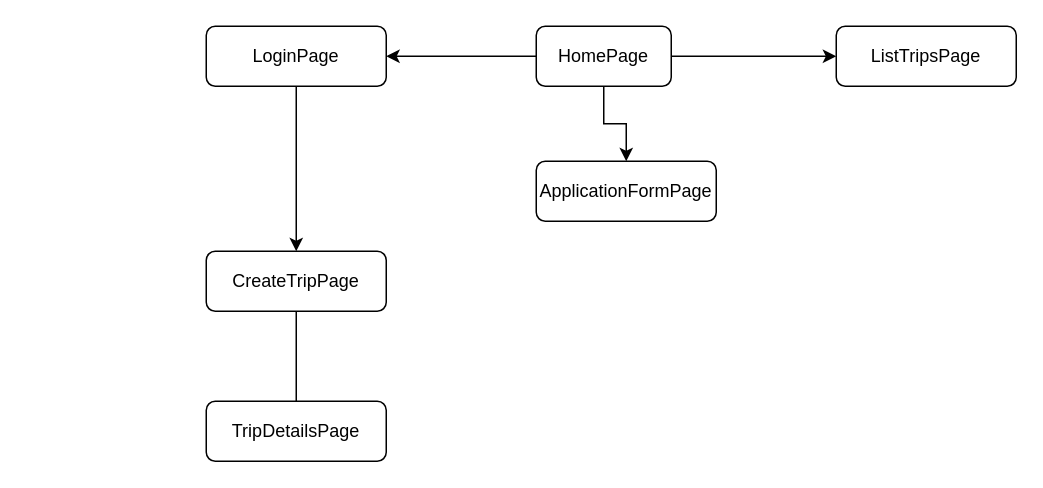
Earlier version of the draw.io diagram semana10/Projeto/fluxograma.drawio (future4code/Thiago-Brito). Source tidied: cells renumbered, new cells numbered last; positions are measured from the earlier drawing's top-left corner, leaving out a move shared by most shapes. Both pictures are drawn from the tidied source at 150%, with x=0, y=0 at pixel (206, 26).
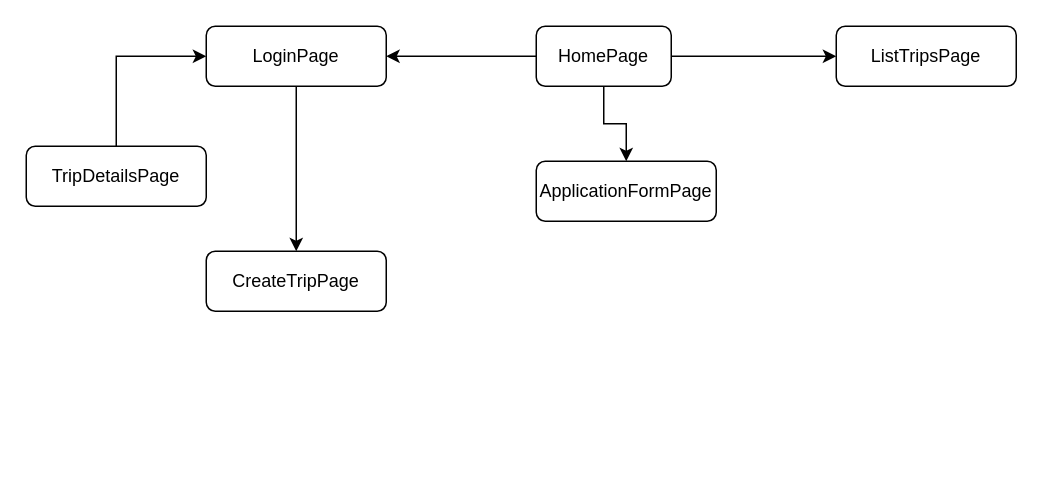
The same diagram, later.

Commit message:
mudança wireframe

The edit, as a diff of the source:
```diff
@@
 <mxGraphModel>
   <root>
     <mxCell id="0" />
     <mxCell id="1" parent="0" />
     <mxCell id="2" style="edgeStyle=orthogonalEdgeStyle;rounded=0;jettySize=auto;html=1;" parent="1" edge="1" source="5" target="6">
       <mxGeometry relative="1" as="geometry" />
     </mxCell>
     <mxCell id="3" style="edgeStyle=orthogonalEdgeStyle;rounded=0;jettySize=auto;html=1;" parent="1" edge="1" source="5" target="12">
       <mxGeometry relative="1" as="geometry" />
     </mxCell>
     <mxCell id="4" style="edgeStyle=orthogonalEdgeStyle;rounded=0;jettySize=auto;html=1;entryX=0;entryY=0.5;entryDx=0;entryDy=0;" parent="1" edge="1" source="5" target="9">
       <mxGeometry relative="1" as="geometry" />
     </mxCell>
     <mxCell id="5" value="HomePage" style="rounded=1;whiteSpace=wrap;html=1;fontSize=12;glass=0;strokeWidth=1;shadow=0;" parent="1" vertex="1">
       <mxGeometry x="220" width="90" height="40" as="geometry" />
     </mxCell>
     <mxCell id="6" value="ApplicationFormPage" style="rounded=1;whiteSpace=wrap;html=1;fontSize=12;glass=0;strokeWidth=1;shadow=0;" parent="1" vertex="1">
       <mxGeometry x="220" y="90" width="120" height="40" as="geometry" />
     </mxCell>
-    <mxCell id="7" style="edgeStyle=orthogonalEdgeStyle;rounded=0;jettySize=auto;html=1;" parent="1" edge="1" source="8">
-      <mxGeometry relative="1" as="geometry">
-        <mxPoint x="60" y="260" as="targetPoint" />
-        <Array as="points">
-          <mxPoint x="60" y="250" />
-        </Array>
-      </mxGeometry>
-    </mxCell>
     <mxCell id="8" value="CreateTripPage" style="rounded=1;whiteSpace=wrap;html=1;fontSize=12;glass=0;strokeWidth=1;shadow=0;" parent="1" vertex="1">
       <mxGeometry y="150" width="120" height="40" as="geometry" />
     </mxCell>
     <mxCell id="9" value="ListTripsPage" style="rounded=1;whiteSpace=wrap;html=1;fontSize=12;glass=0;strokeWidth=1;shadow=0;" parent="1" vertex="1">
       <mxGeometry x="420" width="120" height="40" as="geometry" />
     </mxCell>
+    <mxCell id="13" style="edgeStyle=orthogonalEdgeStyle;rounded=0;jettySize=auto;html=1;entryX=0;entryY=0.5;entryDx=0;entryDy=0;" parent="1" edge="1" source="10" target="12">
+      <mxGeometry relative="1" as="geometry" />
+    </mxCell>
     <mxCell id="10" value="TripDetailsPage" style="rounded=1;whiteSpace=wrap;html=1;" parent="1" vertex="1">
-      <mxGeometry y="250" width="120" height="40" as="geometry" />
+      <mxGeometry x="-120" y="80" width="120" height="40" as="geometry" />
     </mxCell>
     <mxCell id="11" style="edgeStyle=orthogonalEdgeStyle;rounded=0;jettySize=auto;html=1;" parent="1" edge="1" source="12">
       <mxGeometry relative="1" as="geometry">
         <mxPoint x="60" y="150" as="targetPoint" />
       </mxGeometry>
     </mxCell>
     <mxCell id="12" value="LoginPage" style="rounded=1;whiteSpace=wrap;html=1;fontSize=12;glass=0;strokeWidth=1;shadow=0;" parent="1" vertex="1">
       <mxGeometry width="120" height="40" as="geometry" />
     </mxCell>
   </root>
 </mxGraphModel>
```
